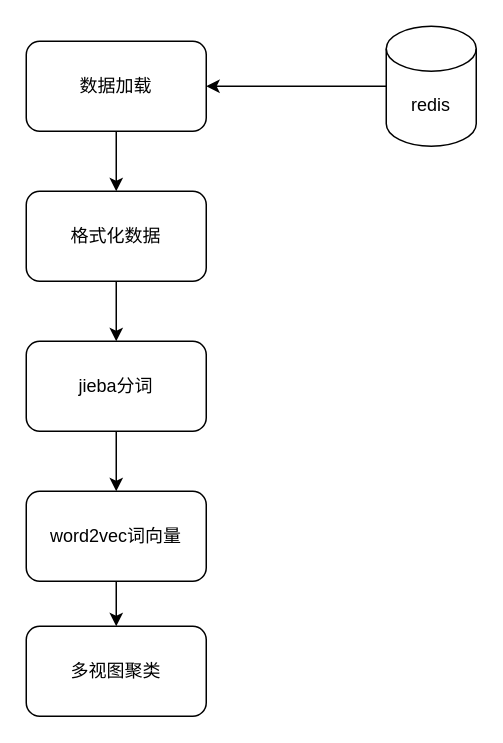
Earlier version of the draw.io diagram 未命名绘图.drawio (moonckk/drawio). Source tidied: cells renumbered, new cells numbered last; positions are measured from the earlier drawing's top-left corner, leaving out a move shared by most shapes. Both pictures are drawn from the tidied source at 150%, with x=0, y=0 at pixel (26, 26).
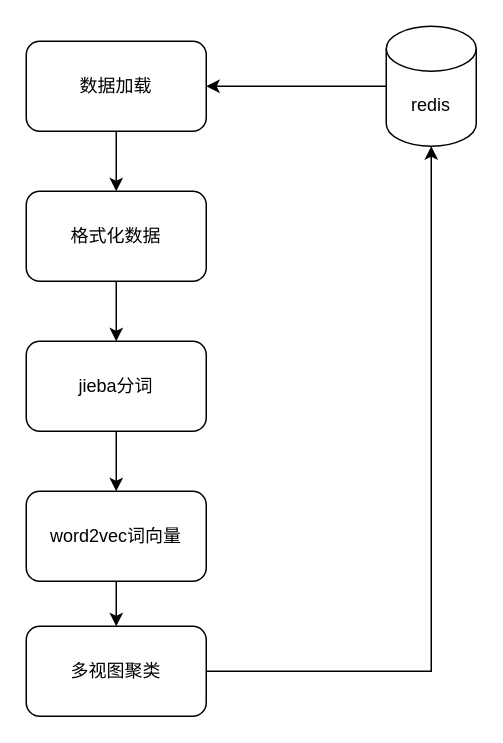
Above is the later version.

Commit message (it also covers changes not shown here):
更新未命名绘图.drawio

What changed in the source:
```diff
@@
 <mxGraphModel>
   <root>
     <mxCell id="0" />
     <mxCell id="1" parent="0" />
     <mxCell id="2" style="edgeStyle=orthogonalEdgeStyle;rounded=0;jettySize=auto;html=1;exitX=0.5;exitY=1;exitDx=0;exitDy=0;" parent="1" edge="1" source="3" target="5">
       <mxGeometry relative="1" as="geometry" />
     </mxCell>
     <mxCell id="3" value="格式化数据" style="rounded=1;whiteSpace=wrap;html=1;" parent="1" vertex="1">
       <mxGeometry y="110" width="120" height="60" as="geometry" />
     </mxCell>
     <mxCell id="4" style="edgeStyle=orthogonalEdgeStyle;rounded=0;jettySize=auto;html=1;exitX=0.5;exitY=1;exitDx=0;exitDy=0;entryX=0.5;entryY=0;entryDx=0;entryDy=0;" parent="1" edge="1" source="5" target="7">
       <mxGeometry relative="1" as="geometry" />
     </mxCell>
     <mxCell id="5" value="jieba分词" style="rounded=1;whiteSpace=wrap;html=1;" parent="1" vertex="1">
       <mxGeometry y="210" width="120" height="60" as="geometry" />
     </mxCell>
     <mxCell id="6" style="edgeStyle=orthogonalEdgeStyle;rounded=0;jettySize=auto;html=1;exitX=0.5;exitY=1;exitDx=0;exitDy=0;entryX=0.5;entryY=0;entryDx=0;entryDy=0;" parent="1" edge="1" source="7" target="8">
       <mxGeometry relative="1" as="geometry" />
     </mxCell>
     <mxCell id="7" value="word2vec词向量" style="rounded=1;whiteSpace=wrap;html=1;" parent="1" vertex="1">
       <mxGeometry y="310" width="120" height="60" as="geometry" />
     </mxCell>
+    <mxCell id="13" style="edgeStyle=orthogonalEdgeStyle;rounded=0;jettySize=auto;html=1;exitX=1;exitY=0.5;exitDx=0;exitDy=0;entryX=0.5;entryY=1;entryDx=0;entryDy=0;entryPerimeter=0;" parent="1" edge="1" source="8" target="10">
+      <mxGeometry relative="1" as="geometry" />
+    </mxCell>
     <mxCell id="8" value="多视图聚类" style="rounded=1;whiteSpace=wrap;html=1;" parent="1" vertex="1">
       <mxGeometry y="400" width="120" height="60" as="geometry" />
     </mxCell>
     <mxCell id="9" style="edgeStyle=orthogonalEdgeStyle;rounded=0;jettySize=auto;html=1;exitX=0;exitY=0.5;exitDx=0;exitDy=0;exitPerimeter=0;entryX=1;entryY=0.5;entryDx=0;entryDy=0;" parent="1" edge="1" source="10" target="12">
       <mxGeometry relative="1" as="geometry" />
     </mxCell>
     <mxCell id="10" value="redis" style="shape=cylinder3;whiteSpace=wrap;html=1;boundedLbl=1;backgroundOutline=1;size=15;" parent="1" vertex="1">
       <mxGeometry x="240" width="60" height="80" as="geometry" />
     </mxCell>
     <mxCell id="11" style="edgeStyle=orthogonalEdgeStyle;rounded=0;jettySize=auto;html=1;exitX=0.5;exitY=1;exitDx=0;exitDy=0;entryX=0.5;entryY=0;entryDx=0;entryDy=0;" parent="1" edge="1" source="12" target="3">
       <mxGeometry relative="1" as="geometry" />
     </mxCell>
     <mxCell id="12" value="数据加载" style="rounded=1;whiteSpace=wrap;html=1;" parent="1" vertex="1">
       <mxGeometry y="10" width="120" height="60" as="geometry" />
     </mxCell>
   </root>
 </mxGraphModel>
```
